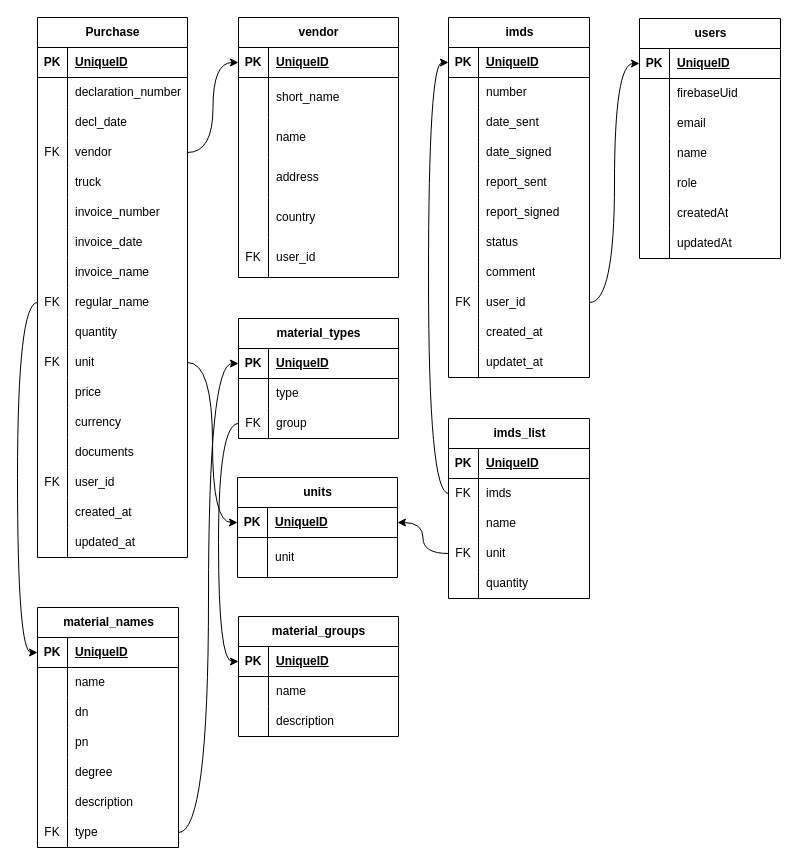
Above: diagrams/awa.drawio in gogicha007/project_AWA (draw.io), before the change. Source tidied: cells renumbered, new cells numbered last; positions are measured from the earlier drawing's top-left corner, leaving out a move shared by most shapes. Both pictures are drawn from the tidied source at 100%, with x=0, y=0 at pixel (37, 17).
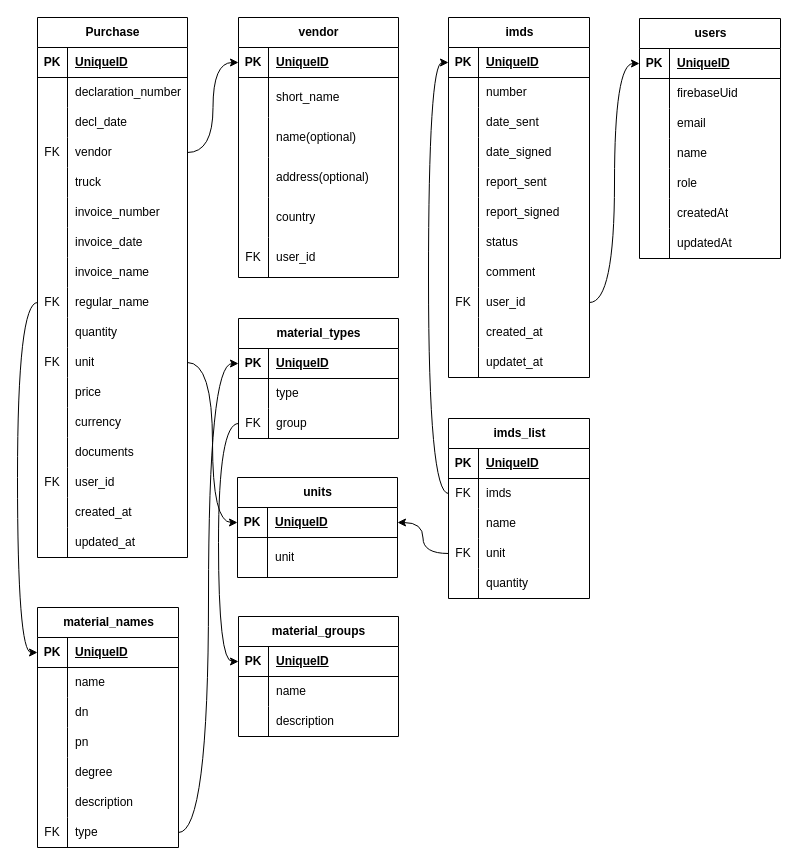
The same page after the edit.

The change refers to these unchanged cells:
```xml
<mxCell id="61" style="shape=tableRow;horizontal=0;startSize=0;swimlaneHead=0;swimlaneBody=0;fillColor=none;top=0;left=0;right=0;bottom=0;" parent="54" vertex="1">
  <mxGeometry y="100" width="160" height="40" as="geometry" />
</mxCell>
<mxCell id="64" style="shape=tableRow;horizontal=0;startSize=0;swimlaneHead=0;swimlaneBody=0;fillColor=none;top=0;left=0;right=0;bottom=0;" parent="54" vertex="1">
  <mxGeometry y="140" width="160" height="40" as="geometry" />
</mxCell>
```

What changed in the source:
```diff
@@
-    <mxCell id="63" value="name" style="shape=partialRectangle;fillColor=none;top=0;left=0;bottom=0;right=0;align=left;spacingLeft=6;overflow=hidden;whiteSpace=wrap;html=1;" parent="61" vertex="1">
+    <mxCell id="63" value="name(optional)" style="shape=partialRectangle;fillColor=none;top=0;left=0;bottom=0;right=0;align=left;spacingLeft=6;overflow=hidden;whiteSpace=wrap;html=1;" parent="61" vertex="1">
       <mxGeometry x="30" width="130" height="40" as="geometry" />
     </mxCell>
@@
-    <mxCell id="66" value="address" style="shape=partialRectangle;fillColor=none;top=0;left=0;bottom=0;right=0;align=left;spacingLeft=6;overflow=hidden;whiteSpace=wrap;html=1;" parent="64" vertex="1">
+    <mxCell id="66" value="address(optional)" style="shape=partialRectangle;fillColor=none;top=0;left=0;bottom=0;right=0;align=left;spacingLeft=6;overflow=hidden;whiteSpace=wrap;html=1;" parent="64" vertex="1">
       <mxGeometry x="30" width="130" height="40" as="geometry" />
     </mxCell>
```
